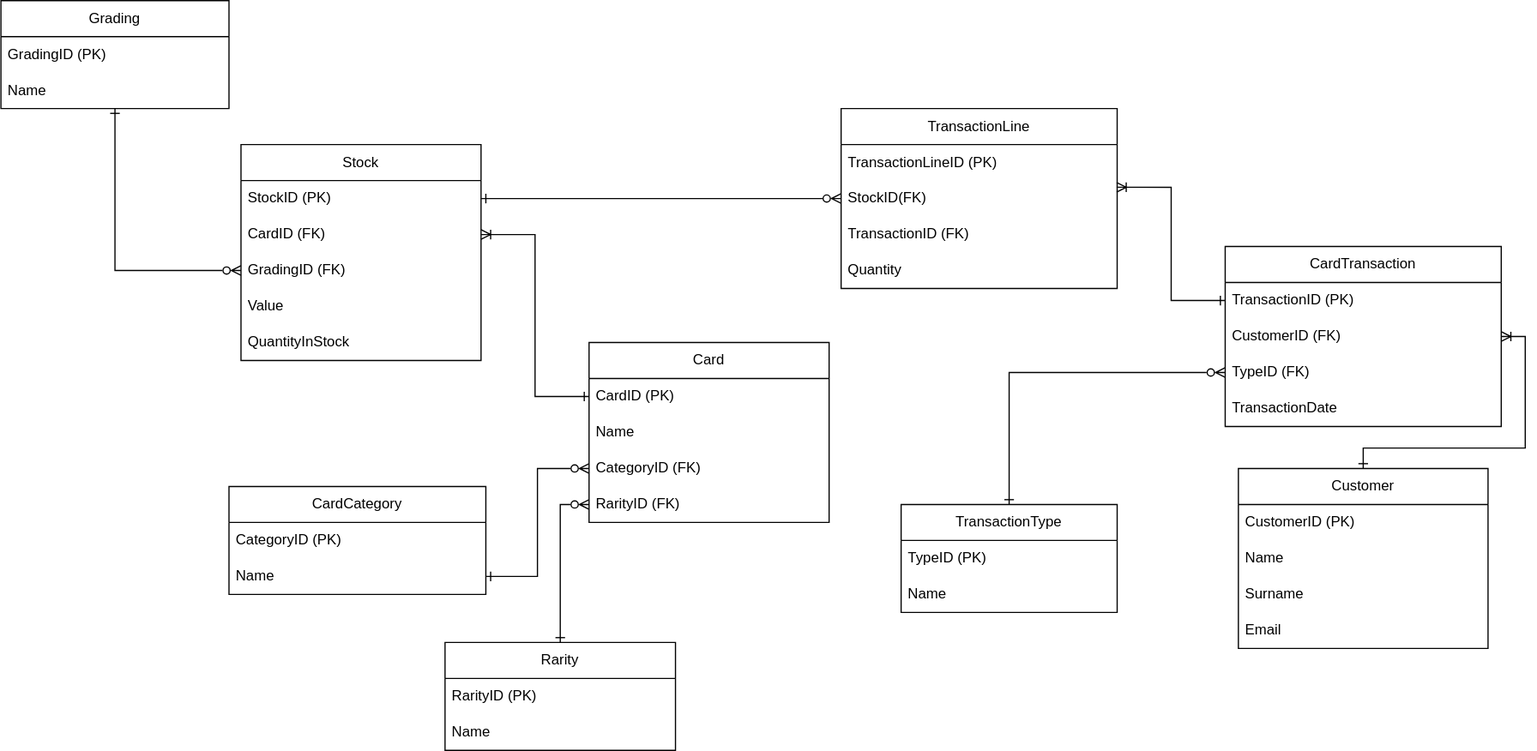
Before: Documentation/LevelUp1PhysicalERD.drawio.svg, a diagram exported from draw.io (bbd-grad-levelups/Fantasy-Trading-Card-Database). Source tidied: cells renumbered, new cells last; positions are measured from the earlier drawing's top-left corner, leaving out a move shared by most shapes.
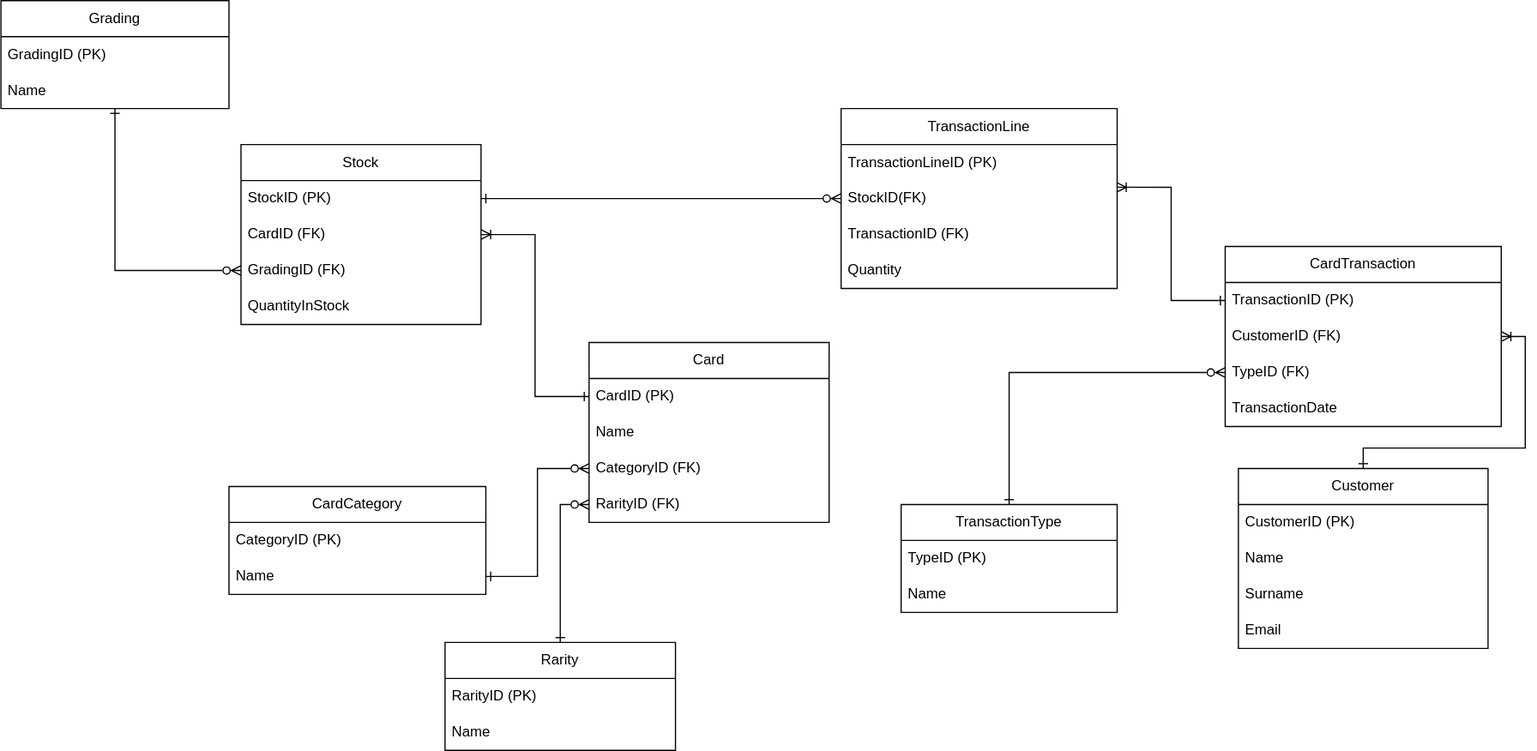
The same diagram one commit later.

Commit message:
Removed Value field

What changed in the source:
```diff
@@ -123,7 +123,7 @@
       <mxGeometry relative="1" as="geometry" />
     </mxCell>
     <mxCell id="40" value="Stock" style="swimlane;fontStyle=0;horizontal=1;startSize=30;whiteSpace=wrap;html=1;" parent="1" vertex="1">
-      <mxGeometry x="200" y="120" width="200" height="180" as="geometry" />
+      <mxGeometry x="200" y="120" width="200" height="150" as="geometry" />
     </mxCell>
     <mxCell id="41" value="StockID (PK)" style="text;strokeColor=none;fillColor=none;align=left;verticalAlign=middle;spacingLeft=4;spacingRight=4;overflow=hidden;points=[[0,0.5],[1,0.5]];portConstraint=eastwest;whiteSpace=wrap;html=1;" parent="40" vertex="1">
       <mxGeometry y="30" width="200" height="30" as="geometry" />
@@ -134,11 +134,8 @@
     <mxCell id="43" value="GradingID (FK)" style="text;strokeColor=none;fillColor=none;align=left;verticalAlign=middle;spacingLeft=4;spacingRight=4;overflow=hidden;points=[[0,0.5],[1,0.5]];portConstraint=eastwest;whiteSpace=wrap;html=1;" parent="40" vertex="1">
       <mxGeometry y="90" width="200" height="30" as="geometry" />
     </mxCell>
-    <mxCell id="44" value="Value&amp;nbsp;" style="text;strokeColor=none;fillColor=none;align=left;verticalAlign=middle;spacingLeft=4;spacingRight=4;overflow=hidden;whiteSpace=wrap;html=1;" parent="40" vertex="1">
-      <mxGeometry y="120" width="200" height="30" as="geometry" />
-    </mxCell>
     <mxCell id="45" value="QuantityInStock&amp;nbsp;" style="text;strokeColor=none;fillColor=none;align=left;verticalAlign=middle;spacingLeft=4;spacingRight=4;overflow=hidden;whiteSpace=wrap;html=1;" parent="40" vertex="1">
-      <mxGeometry y="150" width="200" height="30" as="geometry" />
+      <mxGeometry y="120" width="200" height="30" as="geometry" />
     </mxCell>
     <mxCell id="46" style="edgeStyle=orthogonalEdgeStyle;rounded=0;jettySize=auto;html=1;entryX=1;entryY=0.5;entryDx=0;entryDy=0;endArrow=ERoneToMany;endFill=0;startArrow=ERone;startFill=0;" parent="1" edge="1" source="6" target="42">
       <mxGeometry relative="1" as="geometry" />
```
